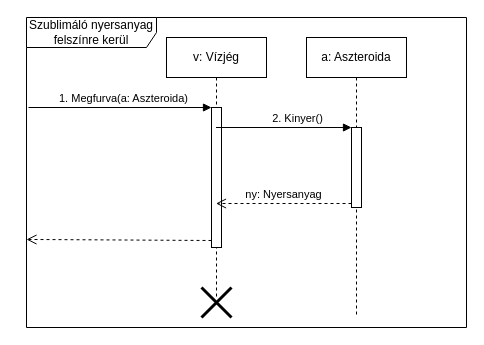
Earlier version of the draw.io diagram doc/uml/szublimalo_aszteroida_furas.drawio (torpeBoiGo/aszteroidabanyaszat). Source tidied: cells renumbered, new cells numbered last; positions are measured from the earlier drawing's top-left corner, leaving out a move shared by most shapes. Both pictures are drawn from the tidied source at 100%, with x=0, y=0 at pixel (26, 17).
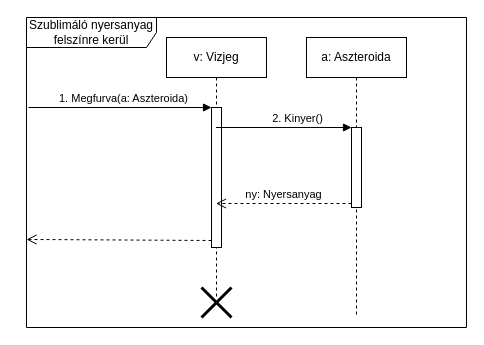
Above is the later version.

Commit message:
Update szublimalo_aszteroida_furas.drawio: nincs ekezet

Change to the diagram source:
```diff
@@
 <mxGraphModel>
   <root>
     <mxCell id="0" />
     <mxCell id="1" parent="0" />
     <mxCell id="2" value="Szublimáló nyersanyag felszínre kerül" style="shape=umlFrame;whiteSpace=wrap;html=1;width=130;height=30;" parent="1" vertex="1">
       <mxGeometry width="440" height="310" as="geometry" />
     </mxCell>
-    <mxCell id="3" value="v: Vízjég" style="shape=umlLifeline;perimeter=lifelinePerimeter;whiteSpace=wrap;html=1;outlineConnect=0;" parent="1" vertex="1">
+    <mxCell id="3" value="v: Vizjeg" style="shape=umlLifeline;perimeter=lifelinePerimeter;whiteSpace=wrap;html=1;outlineConnect=0;" parent="1" vertex="1">
       <mxGeometry x="140" y="20" width="100" height="260" as="geometry" />
     </mxCell>
     <mxCell id="4" style="html=1;points=[];perimeter=orthogonalPerimeter;" parent="3" vertex="1">
       <mxGeometry x="45" y="70" width="10" height="140" as="geometry" />
     </mxCell>
     <mxCell id="5" value="a: Aszteroida" style="shape=umlLifeline;perimeter=lifelinePerimeter;whiteSpace=wrap;html=1;" parent="1" vertex="1">
       <mxGeometry x="280" y="20" width="100" height="280" as="geometry" />
     </mxCell>
     <mxCell id="6" style="html=1;points=[];perimeter=orthogonalPerimeter;" parent="5" vertex="1">
       <mxGeometry x="45" y="90" width="10" height="80" as="geometry" />
     </mxCell>
     <mxCell id="7" value="2. Kinyer()" style="html=1;verticalAlign=bottom;endArrow=block;entryX=0;entryY=0;" parent="1" edge="1" source="3" target="6">
       <mxGeometry x="0.19" relative="1" as="geometry" />
     </mxCell>
     <mxCell id="8" value="ny: Nyersanyag" style="html=1;verticalAlign=bottom;endArrow=open;dashed=1;endSize=8;exitX=0;exitY=0.95;" parent="1" edge="1" source="6" target="3">
       <mxGeometry relative="1" as="geometry" />
     </mxCell>
     <mxCell id="9" style="shape=umlDestroy;whiteSpace=wrap;html=1;strokeWidth=3;" parent="1" vertex="1">
       <mxGeometry x="175" y="270" width="30" height="30" as="geometry" />
     </mxCell>
     <mxCell id="10" value="1. Megfurva(a: Aszteroida)" style="html=1;verticalAlign=bottom;endArrow=block;entryX=0;entryY=0;" parent="1" edge="1" target="4">
       <mxGeometry x="0.04" relative="1" as="geometry">
         <mxPoint x="2" y="90" as="sourcePoint" />
       </mxGeometry>
     </mxCell>
     <mxCell id="11" style="html=1;verticalAlign=bottom;endArrow=open;dashed=1;endSize=8;exitX=0;exitY=0.95;entryX=0;entryY=0.716;entryDx=0;entryDy=0;entryPerimeter=0;" parent="1" edge="1" source="4" target="2">
       <mxGeometry x="1" y="-108" relative="1" as="geometry">
         <mxPoint x="-41" y="8" as="offset" />
       </mxGeometry>
     </mxCell>
   </root>
 </mxGraphModel>
```
